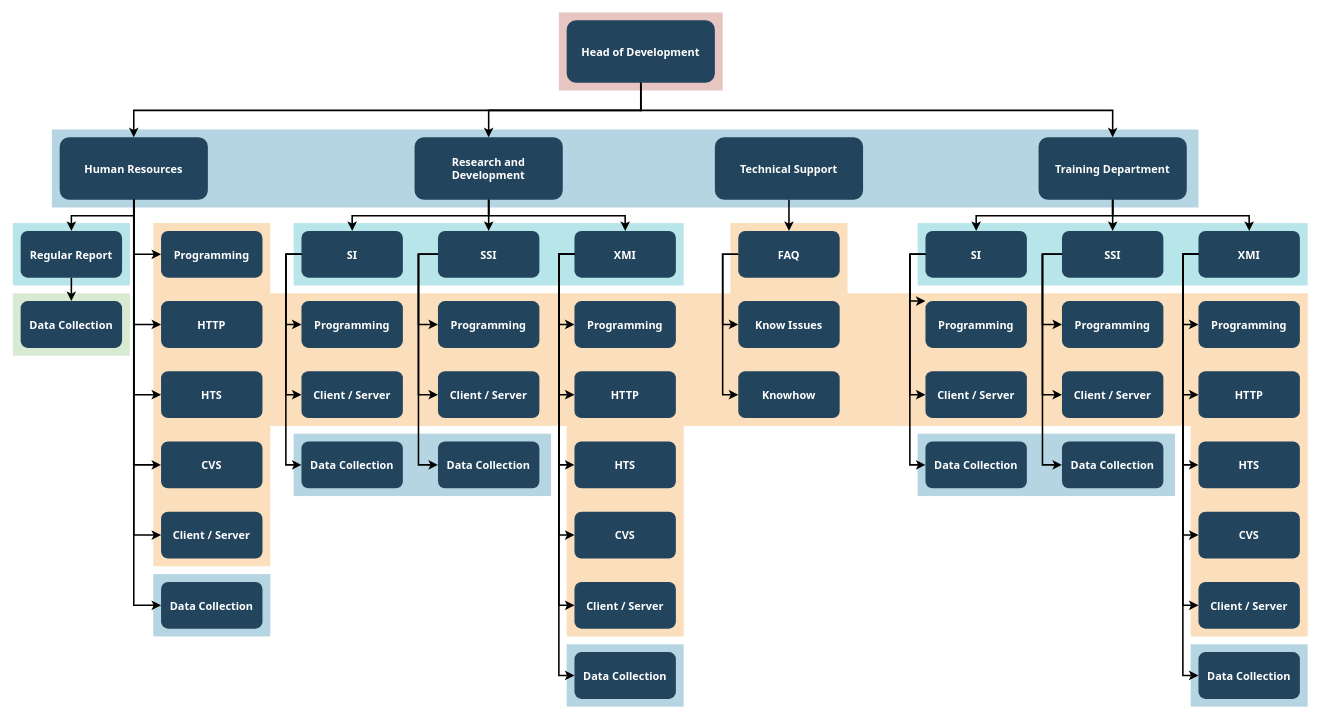
This is page "Page-1" (1 of 2) of 未命名绘图.drawio from Klas817/draw.io, a draw.io file, before an edit. Source tidied: cells renumbered, new cells numbered last; positions are measured from the earlier drawing's top-left corner, leaving out a move shared by most shapes. Both pictures are drawn from the tidied source at 78%, with x=0, y=0 at pixel (12, 12).
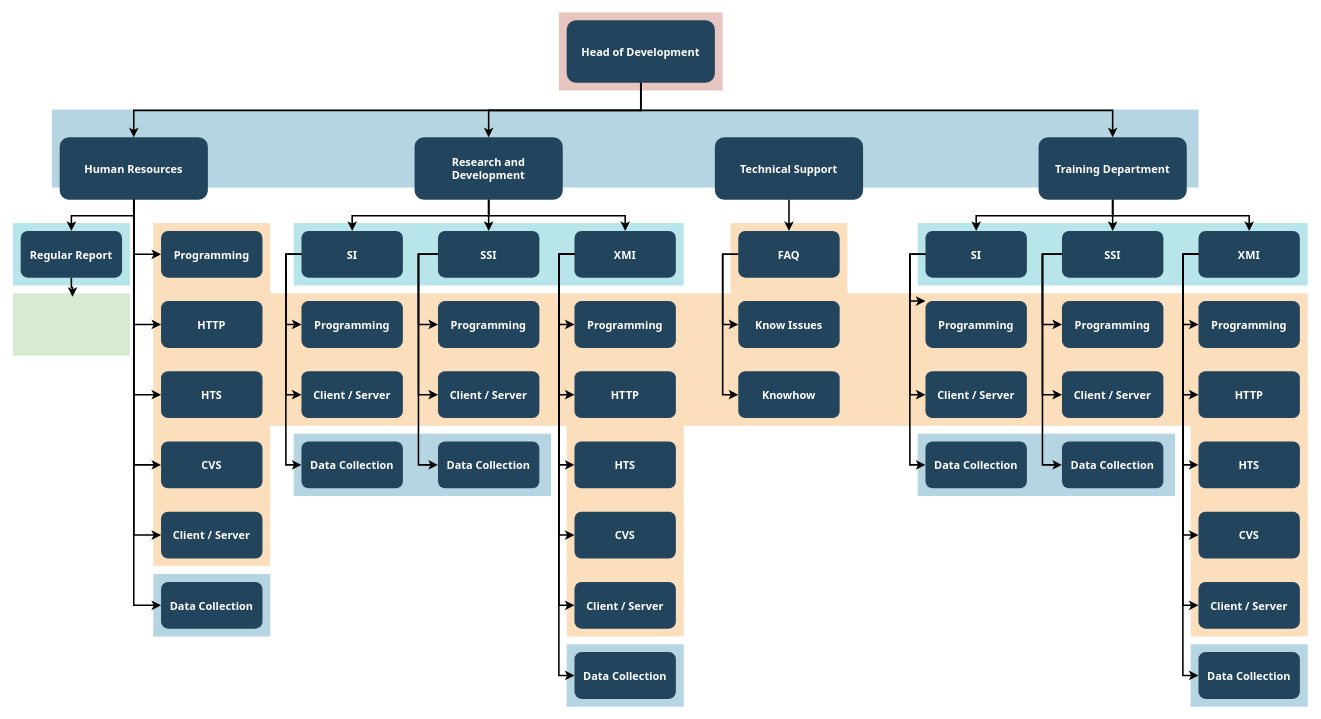
After the change.

Commit message:
更新未命名绘图.drawio

Unchanged cells that the change refers to:
```xml
<mxCell id="24" value="Regular Report" style="rounded=1;fillColor=#23445D;gradientColor=none;strokeColor=none;fontColor=#FFFFFF;fontStyle=1;fontFamily=Tahoma;fontSize=14;" parent="1" vertex="1">
  <mxGeometry x="10" y="279.5" width="130" height="60" as="geometry" />
</mxCell>
```

Diff of the diagram source:
```diff
@@
     <mxCell id="3" style="fillColor=#10739E;strokeColor=none;opacity=30;" parent="1" vertex="1">
-      <mxGeometry x="50" y="149.5" width="1470" height="100" as="geometry" />
+      <mxGeometry x="50" y="124" width="1470" height="100" as="geometry" />
     </mxCell>
@@
-    <mxCell id="25" value="Data Collection" style="rounded=1;fillColor=#23445D;gradientColor=none;strokeColor=none;fontColor=#FFFFFF;fontStyle=1;fontFamily=Tahoma;fontSize=14;" parent="1" vertex="1">
-      <mxGeometry x="10" y="369.5" width="130" height="60" as="geometry" />
-    </mxCell>
@@
-    <mxCell id="107" style="edgeStyle=elbowEdgeStyle;elbow=vertical;rounded=0;strokeWidth=2;" parent="1" edge="1" source="24" target="25">
-      <mxGeometry x="-23" y="135.5" as="geometry" />
+    <mxCell id="107" style="edgeStyle=elbowEdgeStyle;elbow=vertical;rounded=0;strokeWidth=2;" parent="1" edge="1" source="24">
+      <mxGeometry x="-23" y="135.5" as="geometry">
+        <mxPoint x="76.5" y="364" as="targetPoint" />
+      </mxGeometry>
     </mxCell>
```
